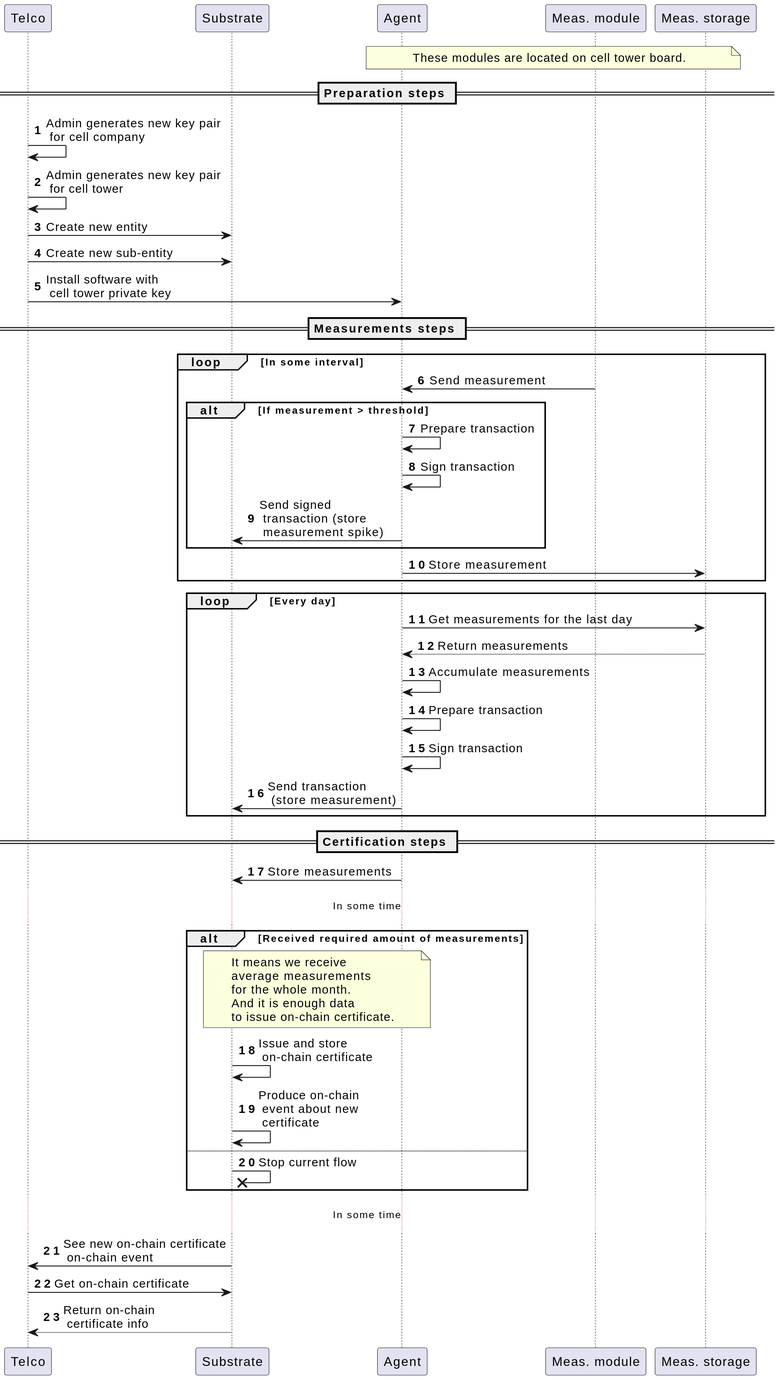
Earlier version of the PlantUML export docs/render/Flow.svg (staex-io/emf).
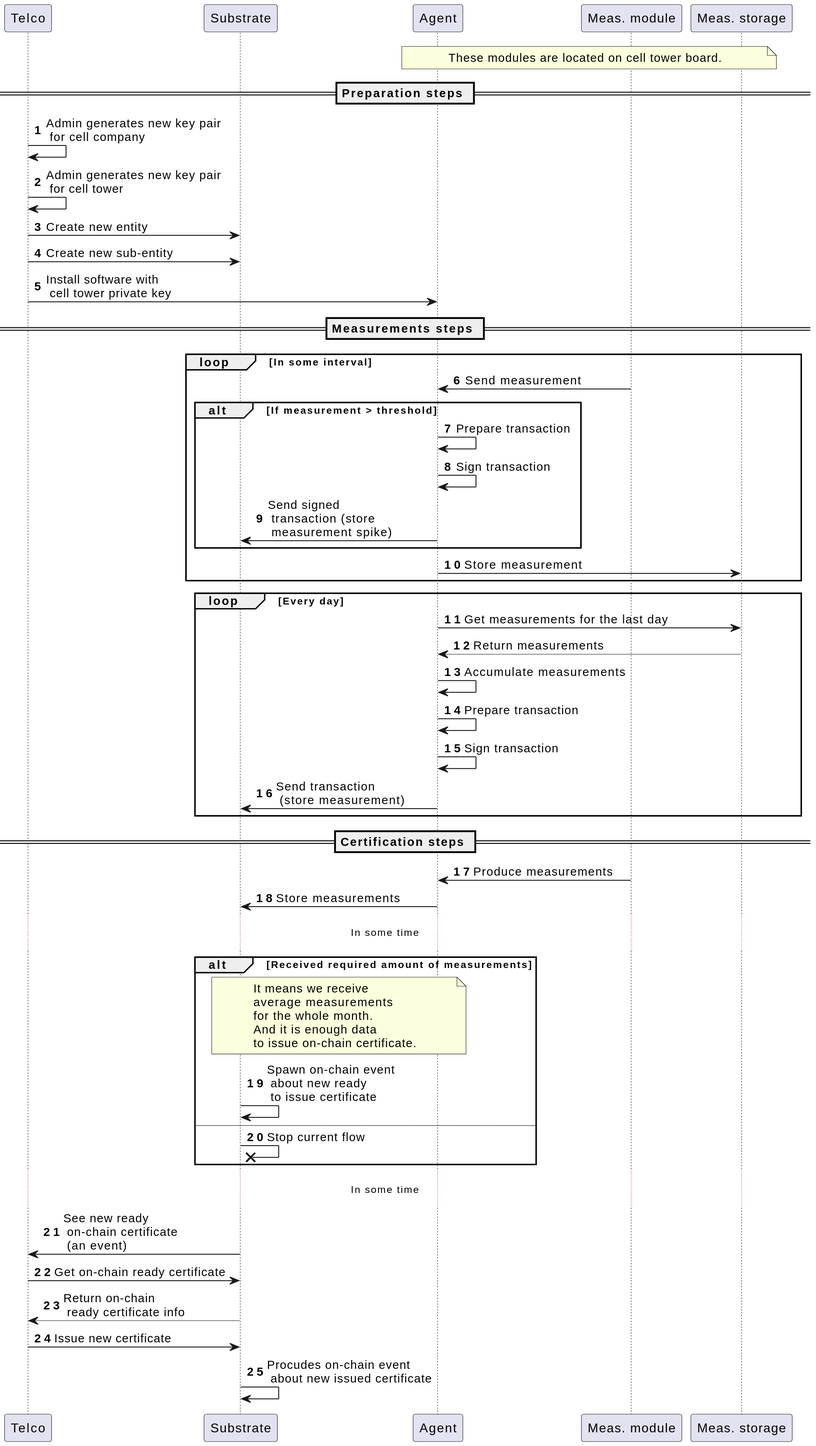
After the commit.

Commit message:
Improved plantuml scheme

The edit, as a diff of the source:
```diff
@@ -41,6 +41,7 @@
 
 == Certification steps ==
 
+meas_module -> agent: Produce measurements
 agent -> substrate: Store measurements
 
 ... In some time ...
@@ -53,15 +54,16 @@
 And it is enough data
 to issue on-chain certificate.
 end note
-substrate -> substrate: Issue and store\n on-chain certificate
-substrate -> substrate: Produce on-chain\n event about new\n certificate
+substrate -> substrate: Spawn on-chain event\n about new ready\n to issue certificate
 else
   substrate ->x substrate: Stop current flow
 end
 
 ... In some time ...
 
-substrate -> telco: See new on-chain certificate\n on-chain event
-telco -> substrate: Get on-chain certificate
-substrate --> telco: Return on-chain\n certificate info
+substrate -> telco: See new ready\n on-chain certificate\n (an event)
+telco -> substrate: Get on-chain ready certificate
+substrate --> telco: Return on-chain\n ready certificate info
+telco -> substrate: Issue new certificate
+substrate -> substrate: Procudes on-chain event\n about new issued certificate
 @enduml
```
